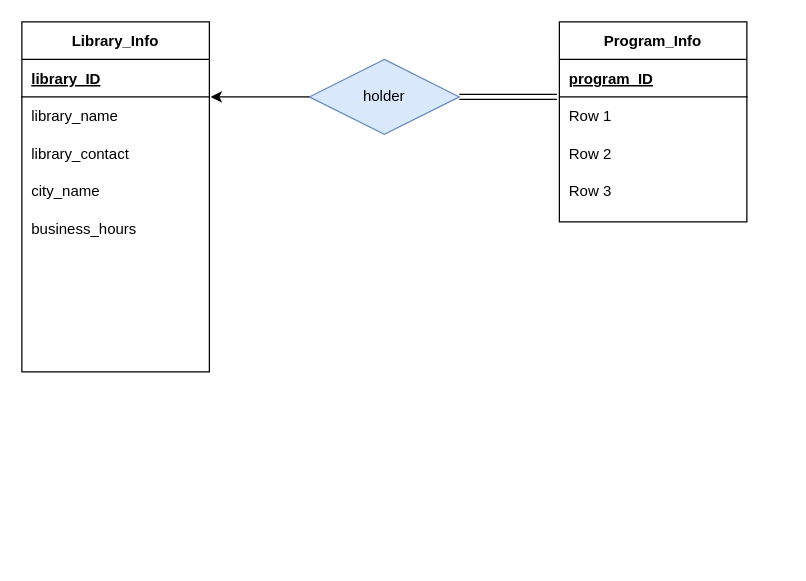
The draw.io diagram diagram/Untitled Diagram.drawio in 39dll/db, before the edit. Source tidied: cells renumbered, new cells numbered last; positions are measured from the earlier drawing's top-left corner, leaving out a move shared by most shapes. Both pictures are drawn from the tidied source at 125%, with x=0, y=0 at pixel (21, 21).
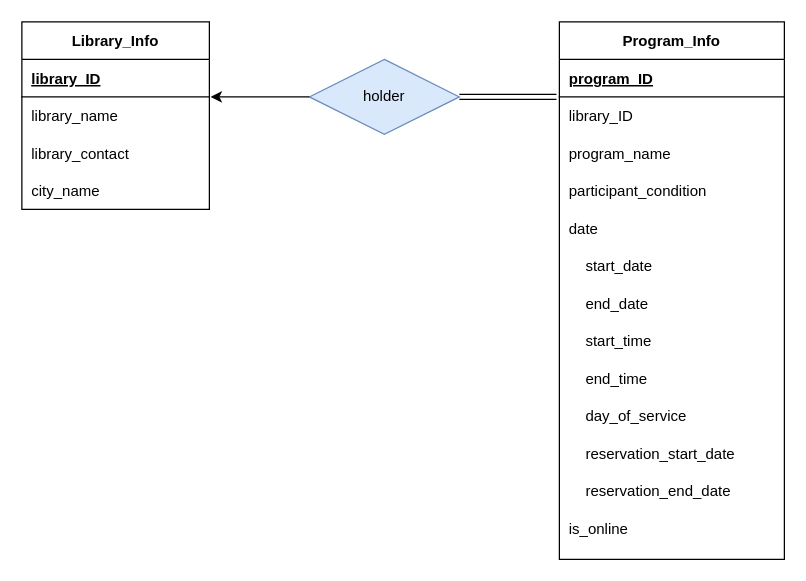
The same diagram, later.

What changed in the source:
```diff
@@
     <mxCell id="2" value="Library_Info" style="shape=table;startSize=30;childLayout=tableLayout;rowLines=0;fontStyle=1;align=center;" parent="1" vertex="1">
-      <mxGeometry width="150" height="280" as="geometry" />
+      <mxGeometry width="150" height="150" as="geometry" />
     </mxCell>
@@
-    <mxCell id="11" style="shape=partialRectangle;fillColor=none;top=0;left=0;bottom=0;right=0;" parent="2" vertex="1">
-      <mxGeometry y="150" width="150" height="30" as="geometry" />
-    </mxCell>
-    <mxCell id="12" value="business_hours" style="shape=partialRectangle;fillColor=none;top=0;left=0;bottom=0;right=0;align=left;spacingLeft=6;overflow=hidden;" parent="11" vertex="1">
-      <mxGeometry width="150" height="30" as="geometry" />
-    </mxCell>
-    <mxCell id="13" style="shape=partialRectangle;fillColor=none;top=0;left=0;bottom=0;right=0;" parent="2" vertex="1">
-      <mxGeometry y="180" width="150" height="30" as="geometry" />
-    </mxCell>
-    <mxCell id="14" style="shape=partialRectangle;fillColor=none;top=0;left=0;bottom=0;right=0;align=left;spacingLeft=6;overflow=hidden;" parent="13" vertex="1">
-      <mxGeometry width="150" height="30" as="geometry" />
-    </mxCell>
-    <mxCell id="15" style="shape=partialRectangle;fillColor=none;top=0;left=0;bottom=0;right=0;" parent="2" vertex="1">
-      <mxGeometry y="210" width="150" height="30" as="geometry" />
-    </mxCell>
-    <mxCell id="16" style="shape=partialRectangle;fillColor=none;top=0;left=0;bottom=0;right=0;align=left;spacingLeft=6;overflow=hidden;" parent="15" vertex="1">
-      <mxGeometry width="150" height="30" as="geometry" />
-    </mxCell>
-    <mxCell id="17" style="shape=partialRectangle;fillColor=none;top=0;left=0;bottom=0;right=0;" parent="2" vertex="1">
-      <mxGeometry y="240" width="150" height="30" as="geometry" />
-    </mxCell>
-    <mxCell id="18" style="shape=partialRectangle;fillColor=none;top=0;left=0;bottom=0;right=0;align=left;spacingLeft=6;overflow=hidden;" parent="17" vertex="1">
-      <mxGeometry width="150" height="30" as="geometry" />
-    </mxCell>
     <mxCell id="19" value="Program_Info" style="shape=table;startSize=30;childLayout=tableLayout;rowLines=0;fontStyle=1;align=center;" parent="1" vertex="1">
-      <mxGeometry x="430" width="150" height="160" as="geometry" />
+      <mxGeometry x="430" width="180" height="430" as="geometry" />
     </mxCell>
     <mxCell id="20" style="shape=partialRectangle;fillColor=none;top=0;left=0;bottom=1;right=0;" parent="19" vertex="1">
-      <mxGeometry y="30" width="150" height="30" as="geometry" />
+      <mxGeometry y="30" width="180" height="30" as="geometry" />
     </mxCell>
     <mxCell id="21" value="program_ID" style="shape=partialRectangle;fillColor=none;top=0;left=0;bottom=0;right=0;align=left;spacingLeft=6;fontStyle=5;overflow=hidden;" parent="20" vertex="1">
-      <mxGeometry width="150" height="30" as="geometry" />
+      <mxGeometry width="180" height="30" as="geometry" />
     </mxCell>
     <mxCell id="22" style="shape=partialRectangle;fillColor=none;top=0;left=0;bottom=0;right=0;points=[[0,0.5],[1,0.5]];portConstraint=eastwest;" parent="19" vertex="1">
-      <mxGeometry y="60" width="150" height="30" as="geometry" />
+      <mxGeometry y="60" width="180" height="30" as="geometry" />
     </mxCell>
-    <mxCell id="23" value="Row 1" style="shape=partialRectangle;fillColor=none;top=0;left=0;bottom=0;right=0;align=left;spacingLeft=6;overflow=hidden;" parent="22" vertex="1">
-      <mxGeometry width="150" height="30" as="geometry" />
+    <mxCell id="23" value="library_ID" style="shape=partialRectangle;fillColor=none;top=0;left=0;bottom=0;right=0;align=left;spacingLeft=6;overflow=hidden;" parent="22" vertex="1">
+      <mxGeometry width="180" height="30" as="geometry" />
     </mxCell>
     <mxCell id="24" style="shape=partialRectangle;fillColor=none;top=0;left=0;bottom=0;right=0;" parent="19" vertex="1">
-      <mxGeometry y="90" width="150" height="30" as="geometry" />
+      <mxGeometry y="90" width="180" height="30" as="geometry" />
     </mxCell>
-    <mxCell id="25" value="Row 2" style="shape=partialRectangle;fillColor=none;top=0;left=0;bottom=0;right=0;align=left;spacingLeft=6;overflow=hidden;" parent="24" vertex="1">
-      <mxGeometry width="150" height="30" as="geometry" />
+    <mxCell id="25" value="program_name" style="shape=partialRectangle;fillColor=none;top=0;left=0;bottom=0;right=0;align=left;spacingLeft=6;overflow=hidden;" parent="24" vertex="1">
+      <mxGeometry width="180" height="30" as="geometry" />
     </mxCell>
-    <mxCell id="26" style="shape=partialRectangle;fillColor=none;top=0;left=0;bottom=0;right=0;" parent="19" vertex="1">
-      <mxGeometry y="120" width="150" height="30" as="geometry" />
-    </mxCell>
-    <mxCell id="27" value="Row 3" style="shape=partialRectangle;fillColor=none;top=0;left=0;bottom=0;right=0;align=left;spacingLeft=6;overflow=hidden;" parent="26" vertex="1">
-      <mxGeometry width="150" height="30" as="geometry" />
-    </mxCell>
+    <mxCell id="31" style="shape=partialRectangle;fillColor=none;top=0;left=0;bottom=0;right=0;" parent="19" vertex="1">
+      <mxGeometry y="120" width="180" height="30" as="geometry" />
+    </mxCell>
+    <mxCell id="32" value="participant_condition" style="shape=partialRectangle;fillColor=none;top=0;left=0;bottom=0;right=0;align=left;spacingLeft=6;overflow=hidden;" parent="31" vertex="1">
+      <mxGeometry width="180" height="30" as="geometry" />
+    </mxCell>
+    <mxCell id="33" style="shape=partialRectangle;fillColor=none;top=0;left=0;bottom=0;right=0;" parent="19" vertex="1">
+      <mxGeometry y="150" width="180" height="30" as="geometry" />
+    </mxCell>
+    <mxCell id="34" value="date" style="shape=partialRectangle;fillColor=none;top=0;left=0;bottom=0;right=0;align=left;spacingLeft=6;overflow=hidden;" parent="33" vertex="1">
+      <mxGeometry width="180" height="30" as="geometry" />
+    </mxCell>
+    <mxCell id="35" style="shape=partialRectangle;fillColor=none;top=0;left=0;bottom=0;right=0;" parent="19" vertex="1">
+      <mxGeometry y="180" width="180" height="30" as="geometry" />
+    </mxCell>
+    <mxCell id="36" value="    start_date" style="shape=partialRectangle;fillColor=none;top=0;left=0;bottom=0;right=0;align=left;spacingLeft=6;overflow=hidden;" parent="35" vertex="1">
+      <mxGeometry width="180" height="30" as="geometry" />
+    </mxCell>
+    <mxCell id="37" style="shape=partialRectangle;fillColor=none;top=0;left=0;bottom=0;right=0;" parent="19" vertex="1">
+      <mxGeometry y="210" width="180" height="30" as="geometry" />
+    </mxCell>
+    <mxCell id="38" value="    end_date" style="shape=partialRectangle;fillColor=none;top=0;left=0;bottom=0;right=0;align=left;spacingLeft=6;overflow=hidden;" parent="37" vertex="1">
+      <mxGeometry width="180" height="30" as="geometry" />
+    </mxCell>
+    <mxCell id="39" style="shape=partialRectangle;fillColor=none;top=0;left=0;bottom=0;right=0;" parent="19" vertex="1">
+      <mxGeometry y="240" width="180" height="30" as="geometry" />
+    </mxCell>
+    <mxCell id="40" value="    start_time" style="shape=partialRectangle;fillColor=none;top=0;left=0;bottom=0;right=0;align=left;spacingLeft=6;overflow=hidden;" parent="39" vertex="1">
+      <mxGeometry width="180" height="30" as="geometry" />
+    </mxCell>
+    <mxCell id="41" style="shape=partialRectangle;fillColor=none;top=0;left=0;bottom=0;right=0;" parent="19" vertex="1">
+      <mxGeometry y="270" width="180" height="30" as="geometry" />
+    </mxCell>
+    <mxCell id="42" value="    end_time" style="shape=partialRectangle;fillColor=none;top=0;left=0;bottom=0;right=0;align=left;spacingLeft=6;overflow=hidden;" parent="41" vertex="1">
+      <mxGeometry width="180" height="30" as="geometry" />
+    </mxCell>
+    <mxCell id="43" style="shape=partialRectangle;fillColor=none;top=0;left=0;bottom=0;right=0;" parent="19" vertex="1">
+      <mxGeometry y="300" width="180" height="30" as="geometry" />
+    </mxCell>
+    <mxCell id="44" value="    day_of_service" style="shape=partialRectangle;fillColor=none;top=0;left=0;bottom=0;right=0;align=left;spacingLeft=6;overflow=hidden;" parent="43" vertex="1">
+      <mxGeometry width="180" height="30" as="geometry" />
+    </mxCell>
+    <mxCell id="45" style="shape=partialRectangle;fillColor=none;top=0;left=0;bottom=0;right=0;" parent="19" vertex="1">
+      <mxGeometry y="330" width="180" height="30" as="geometry" />
+    </mxCell>
+    <mxCell id="46" value="    reservation_start_date" style="shape=partialRectangle;fillColor=none;top=0;left=0;bottom=0;right=0;align=left;spacingLeft=6;overflow=hidden;" parent="45" vertex="1">
+      <mxGeometry width="180" height="30" as="geometry" />
+    </mxCell>
+    <mxCell id="47" style="shape=partialRectangle;fillColor=none;top=0;left=0;bottom=0;right=0;" parent="19" vertex="1">
+      <mxGeometry y="360" width="180" height="30" as="geometry" />
+    </mxCell>
+    <mxCell id="48" value="    reservation_end_date" style="shape=partialRectangle;fillColor=none;top=0;left=0;bottom=0;right=0;align=left;spacingLeft=6;overflow=hidden;" parent="47" vertex="1">
+      <mxGeometry width="180" height="30" as="geometry" />
+    </mxCell>
+    <mxCell id="49" style="shape=partialRectangle;fillColor=none;top=0;left=0;bottom=0;right=0;" parent="19" vertex="1">
+      <mxGeometry y="390" width="180" height="30" as="geometry" />
+    </mxCell>
+    <mxCell id="50" value="is_online" style="shape=partialRectangle;fillColor=none;top=0;left=0;bottom=0;right=0;align=left;spacingLeft=6;overflow=hidden;" parent="49" vertex="1">
+      <mxGeometry width="180" height="30" as="geometry" />
+    </mxCell>
```
